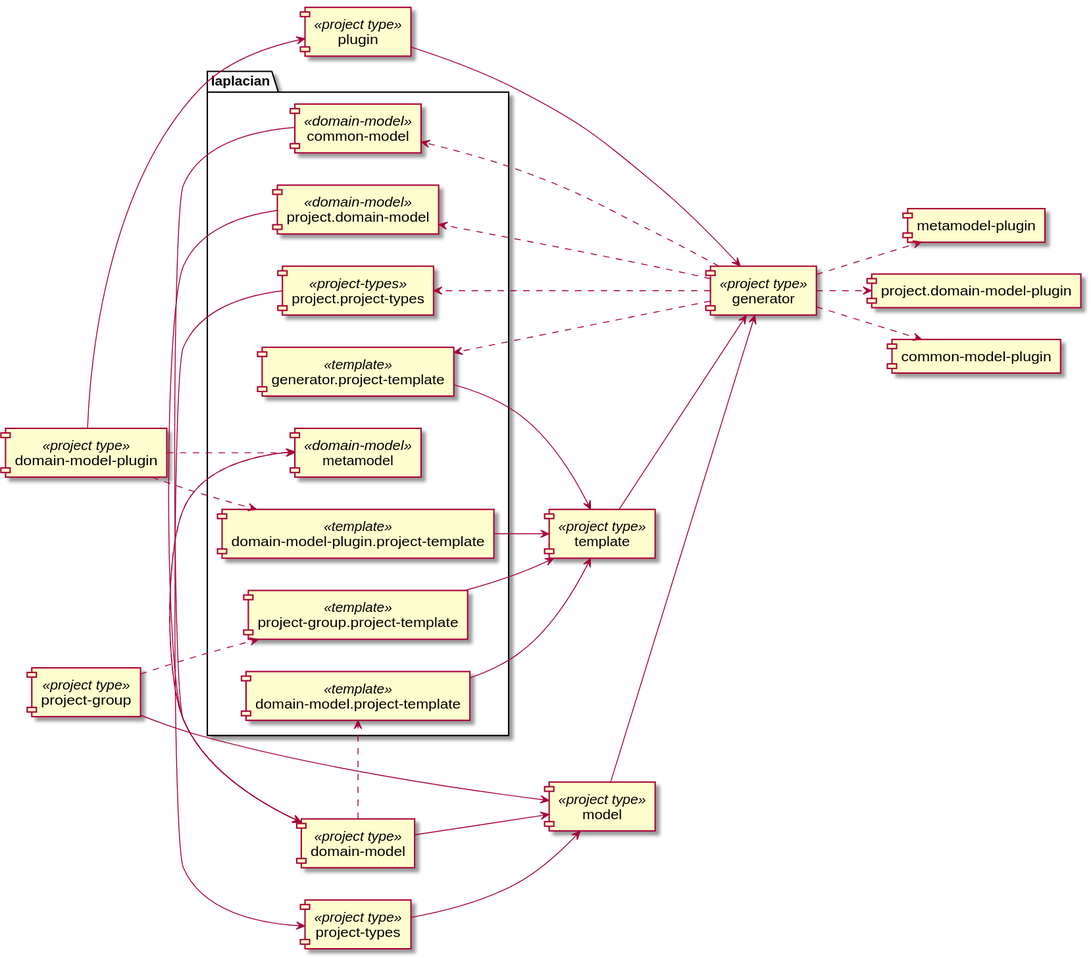
This is doc/image/project-dependency-graph.svg from laplacian-core/projects, a PlantUML export, as it was before one commit.
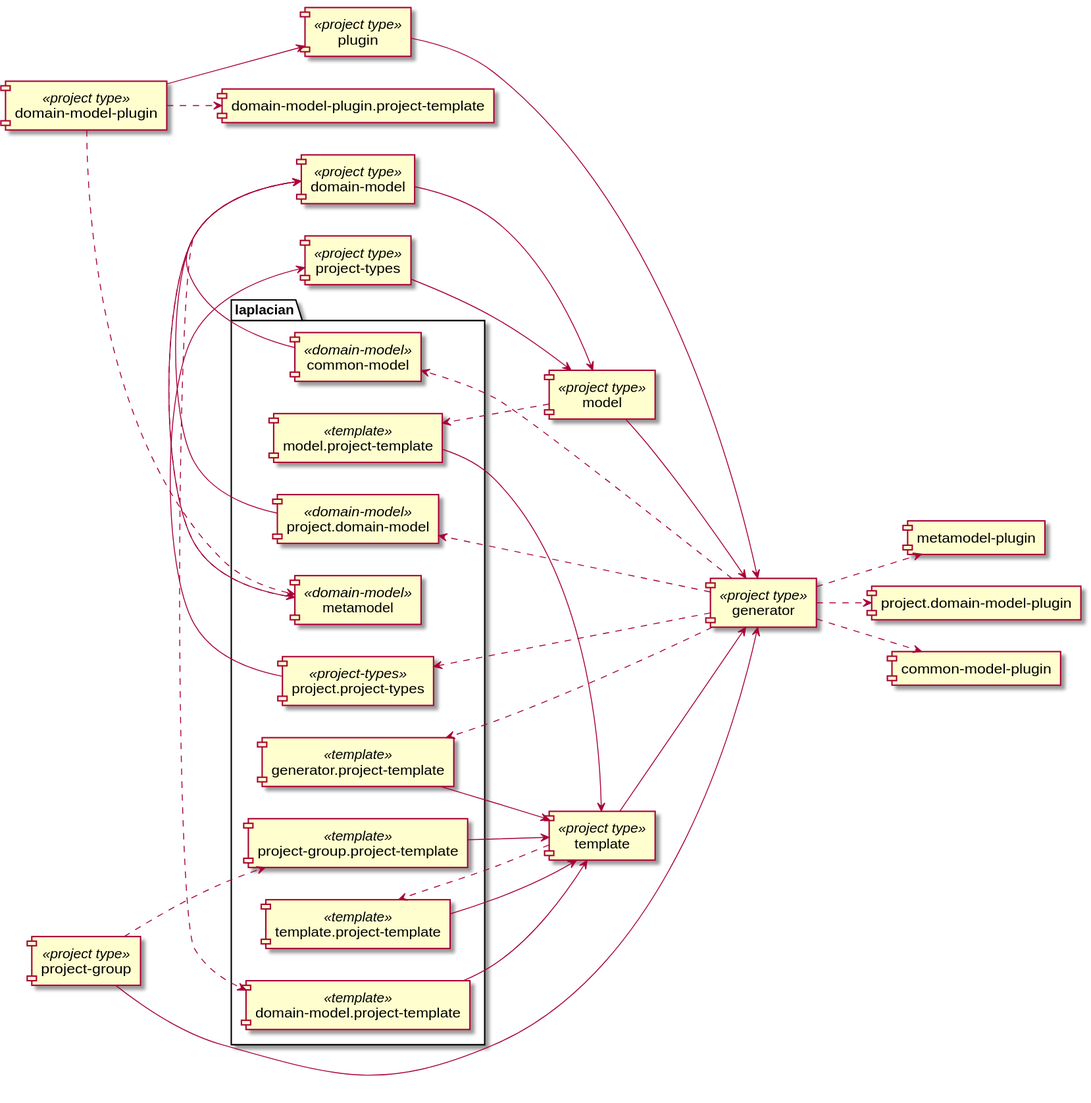
After the commit.

The edit, as a diff of the source:
```diff
@@ -15,7 +15,7 @@
 [domain-model] --> [model]
 [model] --> [generator]
 [plugin] --> [generator]
-[project-group] --> [model]
+[project-group] --> [generator]
 [project-types] --> [model]
 [template] --> [generator]
 
@@ -23,20 +23,22 @@
 package "laplacian" {
   [common-model] <<domain-model>>
   [common-model] --> [domain-model]
-  [domain-model-plugin.project-template] <<template>>
-  [domain-model-plugin.project-template] --> [template]
   [domain-model.project-template] <<template>>
   [domain-model.project-template] --> [template]
   [generator.project-template] <<template>>
   [generator.project-template] --> [template]
   [metamodel] <<domain-model>>
   [metamodel] --> [domain-model]
+  [model.project-template] <<template>>
+  [model.project-template] --> [template]
   [project-group.project-template] <<template>>
   [project-group.project-template] --> [template]
   [project.domain-model] <<domain-model>>
   [project.domain-model] --> [domain-model]
   [project.project-types] <<project-types>>
   [project.project-types] --> [project-types]
+  [template.project-template] <<template>>
+  [template.project-template] --> [template]
 }
 
 
@@ -55,11 +57,13 @@
   [generator] ..> [project.domain-model-plugin]
   [generator] ..> [common-model-plugin]
 
+  [model] ..> [model.project-template]
 
 
   [project-group] ..> [project-group.project-template]
 
 
+  [template] ..> [template.project-template]
 
 
 @enduml
```
